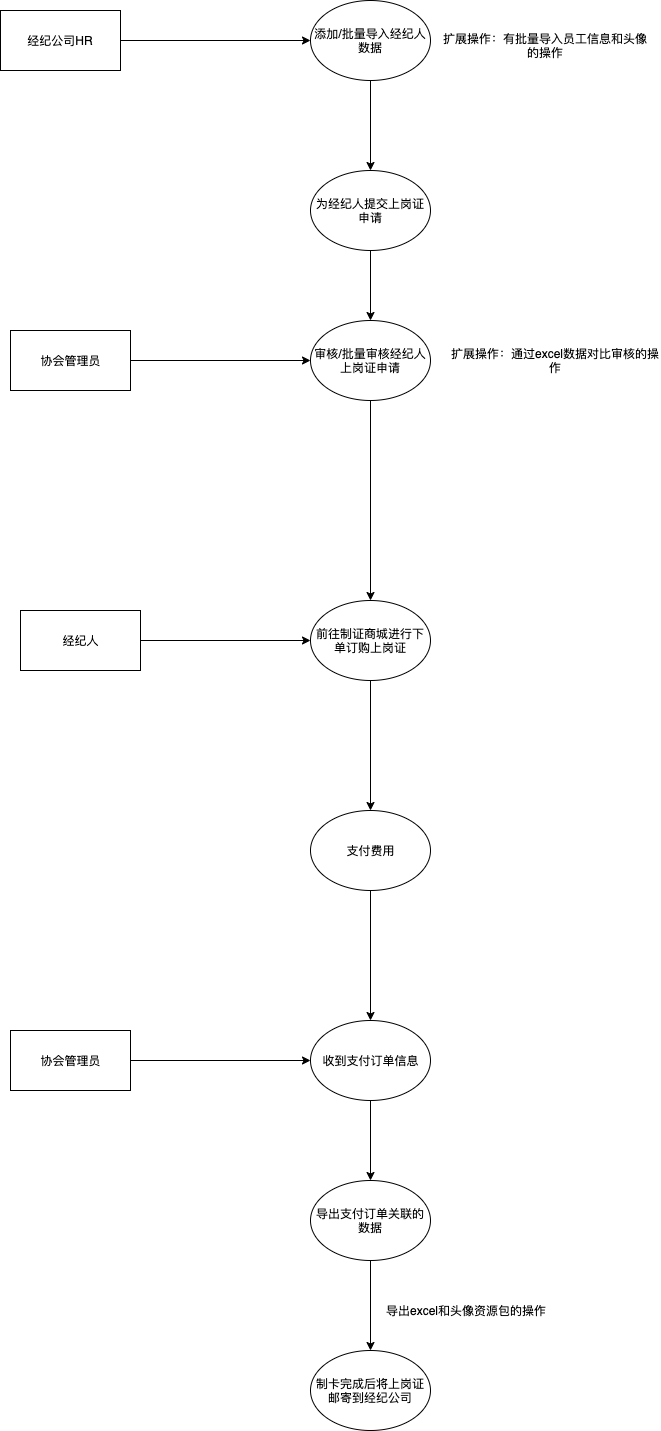
The draw.io diagram docs/credit/imgs/sjl2.png in evildoerX/hyperledger-credit, before a commit. Source tidied: cells renumbered, new cells last; positions are measured from the earlier drawing's top-left corner, leaving out a move shared by most shapes.
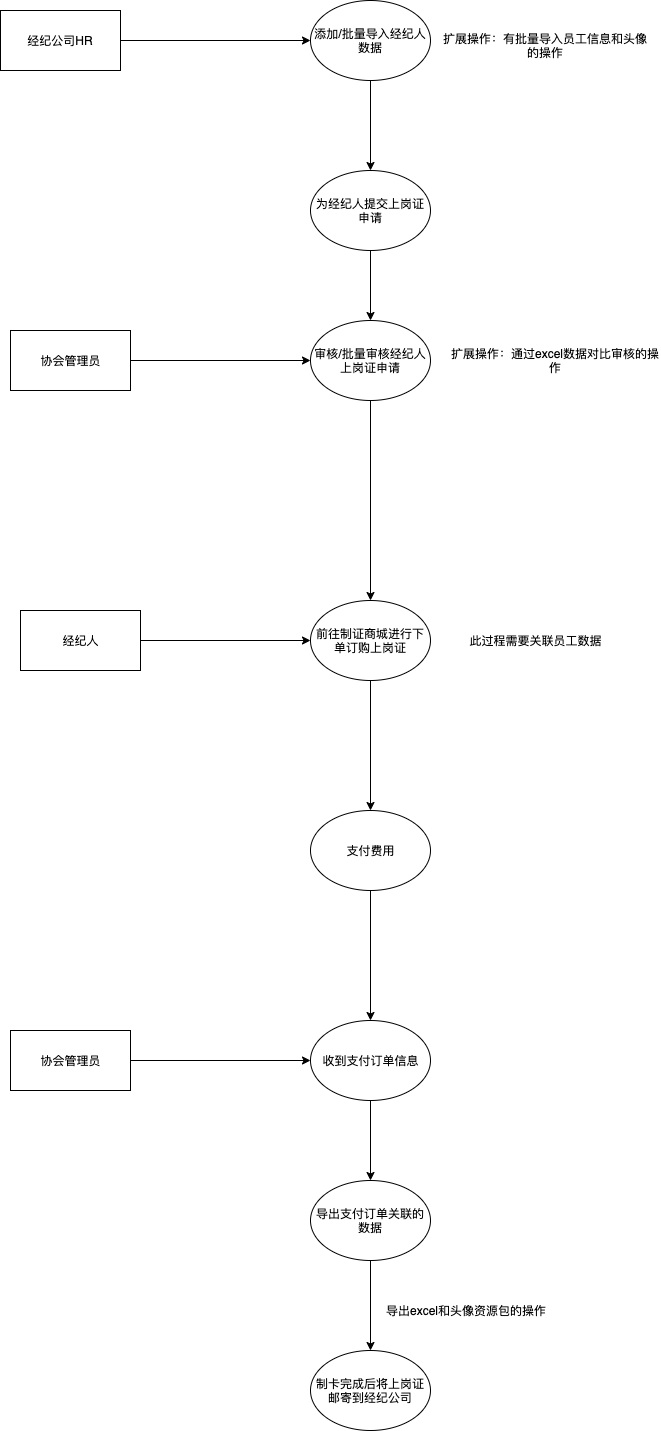
After the change.

What changed in the source:
```diff
@@ -80,5 +80,8 @@
     <mxCell id="27" style="edgeStyle=orthogonalEdgeStyle;rounded=0;jettySize=auto;html=1;exitX=0.5;exitY=1;exitDx=0;exitDy=0;entryX=0.5;entryY=0;entryDx=0;entryDy=0;" parent="1" edge="1" source="9" target="26">
       <mxGeometry relative="1" as="geometry" />
     </mxCell>
+    <mxCell id="28" value="此过程需要关联员工数据" style="text;html=1;strokeColor=none;fillColor=none;align=center;verticalAlign=middle;whiteSpace=wrap;rounded=0;" parent="1" vertex="1">
+      <mxGeometry x="430" y="625" width="210" height="30" as="geometry" />
+    </mxCell>
   </root>
 </mxGraphModel>
```
